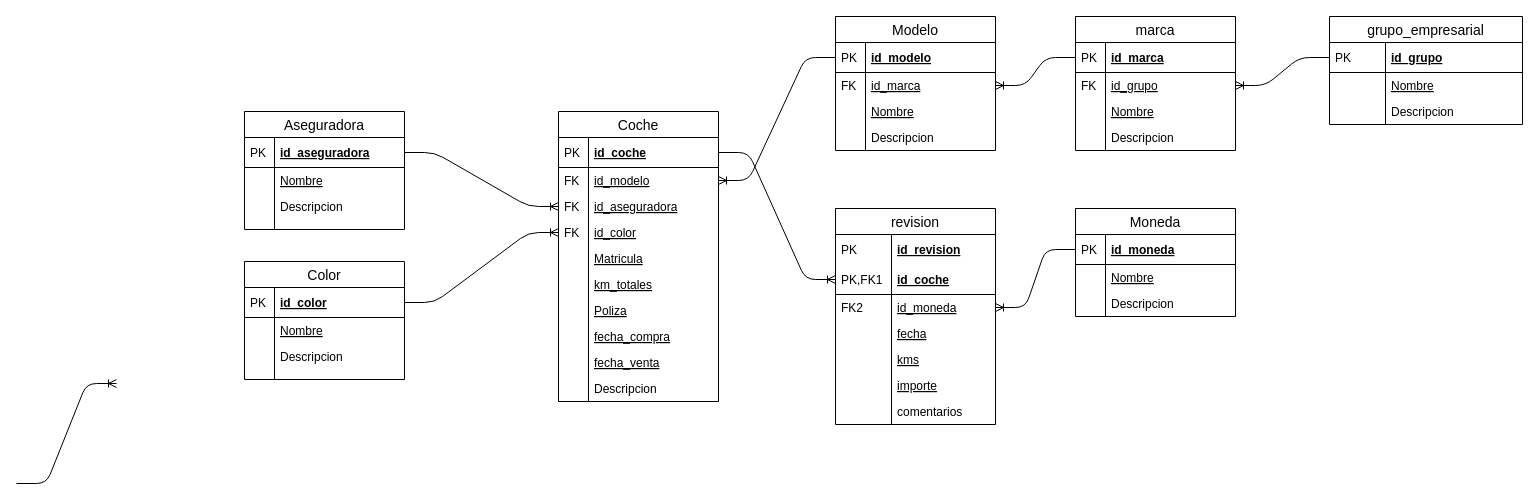
REESIXTEEN/practica-sql keeps this draw.io diagram as entidad-relacion.drawio. Above is the earlier version. Source tidied: cells renumbered, new cells numbered last; positions are measured from the earlier drawing's top-left corner, leaving out a move shared by most shapes. Both pictures are drawn from the tidied source at 100%, with x=0, y=0 at pixel (16, 16).
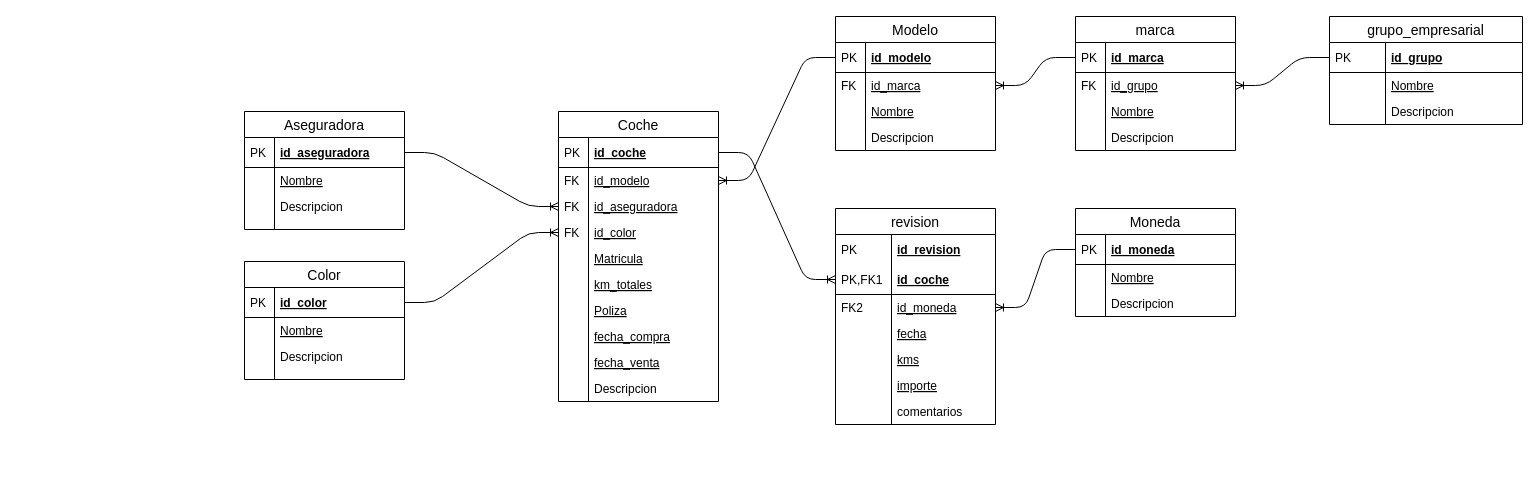
The same page after the edit.

Commit message:
fixed error in entidad-relacion diagram

Diff of the diagram source:
```diff
@@
-    <mxCell id="3" style="edgeStyle=entityRelationEdgeStyle;fontSize=12;html=1;endArrow=ERoneToMany;" parent="1" edge="1">
-      <mxGeometry relative="1" as="geometry">
-        <mxPoint y="467" as="sourcePoint" />
-        <mxPoint x="100" y="367" as="targetPoint" />
-      </mxGeometry>
-    </mxCell>
```
